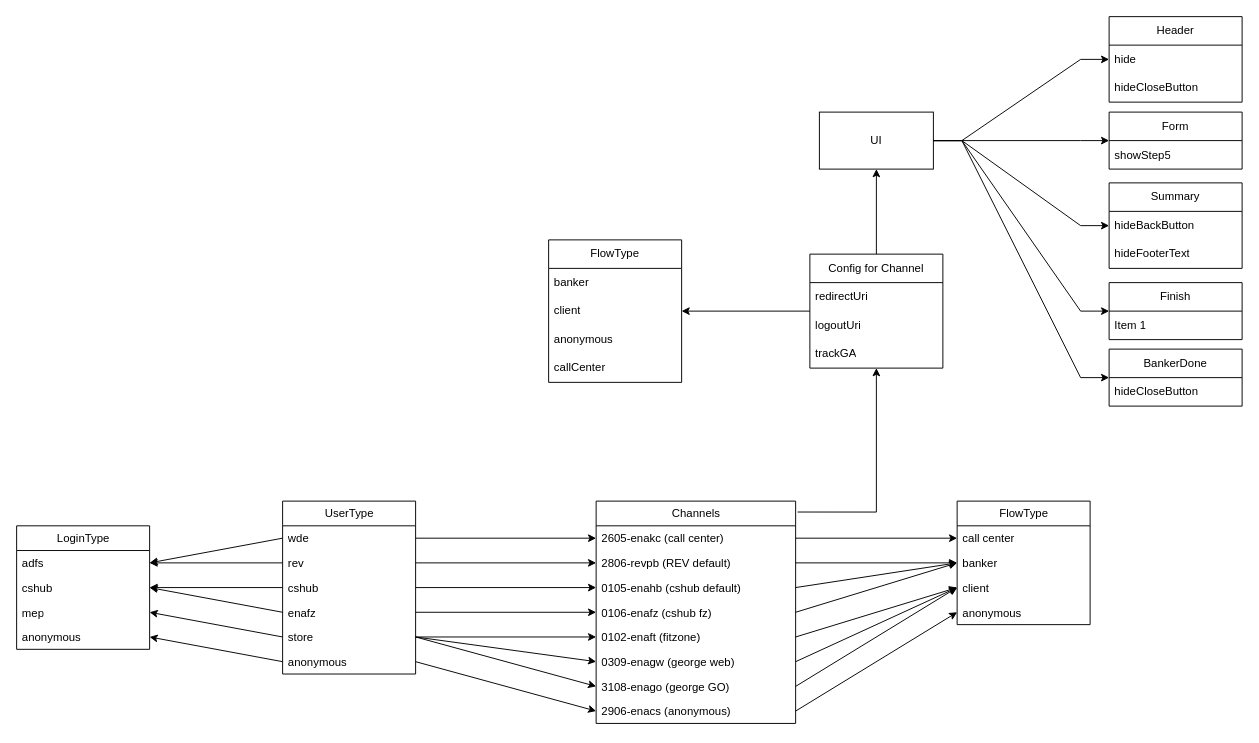
ondrejtuma-ext43301/diagrams keeps this draw.io diagram as ENA_model.drawio. Above is the earlier version. Source tidied: cells renumbered, new cells numbered last; positions are measured from the earlier drawing's top-left corner, leaving out a move shared by most shapes. Both pictures are drawn from the tidied source at 95%, with x=0, y=0 at pixel (16, 16).
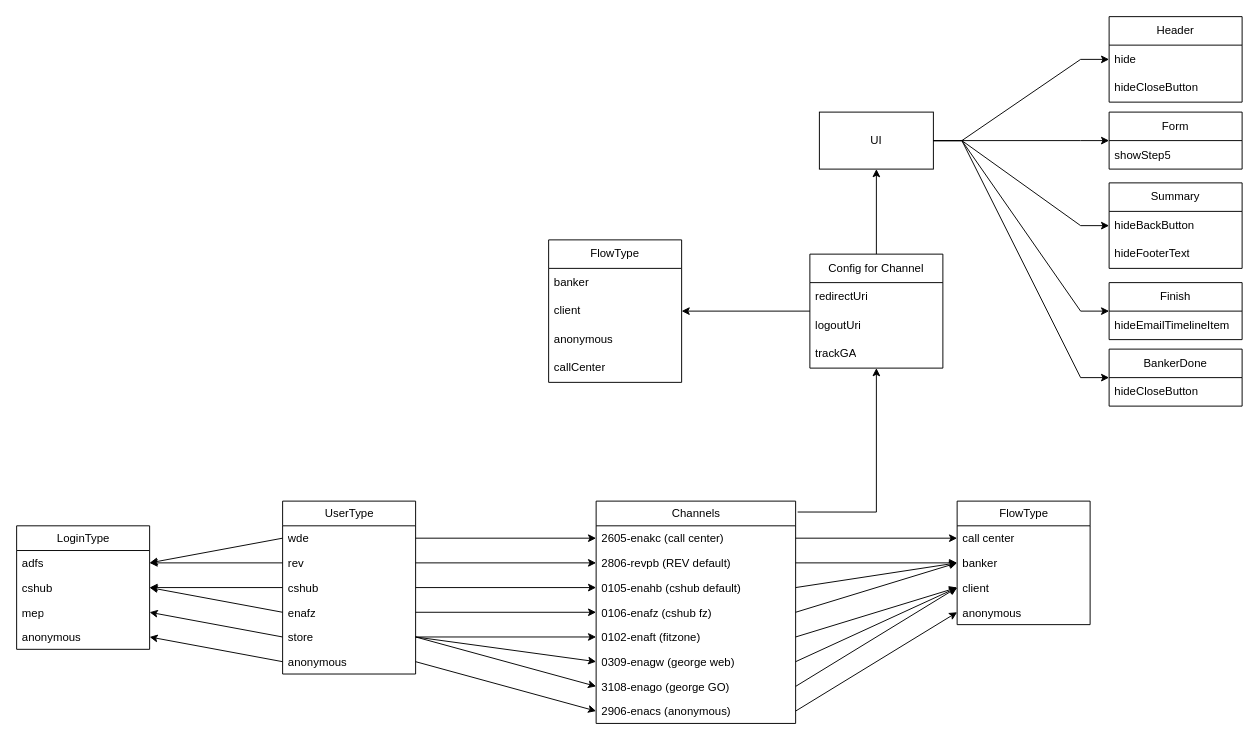
The same diagram, later.

Commit message:
chore(model): extend ui.finish

The change refers to these unchanged cells:
```xml
<mxCell id="74" value="Finish" style="swimlane;fontStyle=0;horizontal=1;startSize=30;whiteSpace=wrap;html=1;" parent="1" vertex="1">
  <mxGeometry x="1150" y="280" width="140" height="60" as="geometry" />
</mxCell>
```

The edit, as a diff of the source:
```diff
@@
-    <mxCell id="75" value="Item 1" style="text;strokeColor=none;fillColor=none;align=left;verticalAlign=middle;spacingLeft=4;spacingRight=4;overflow=hidden;whiteSpace=wrap;html=1;" parent="74" vertex="1">
+    <mxCell id="75" value="hideEmailTimelineItem" style="text;strokeColor=none;fillColor=none;align=left;verticalAlign=middle;spacingLeft=4;spacingRight=4;overflow=hidden;whiteSpace=wrap;html=1;" parent="74" vertex="1">
       <mxGeometry y="30" width="140" height="30" as="geometry" />
     </mxCell>
```
